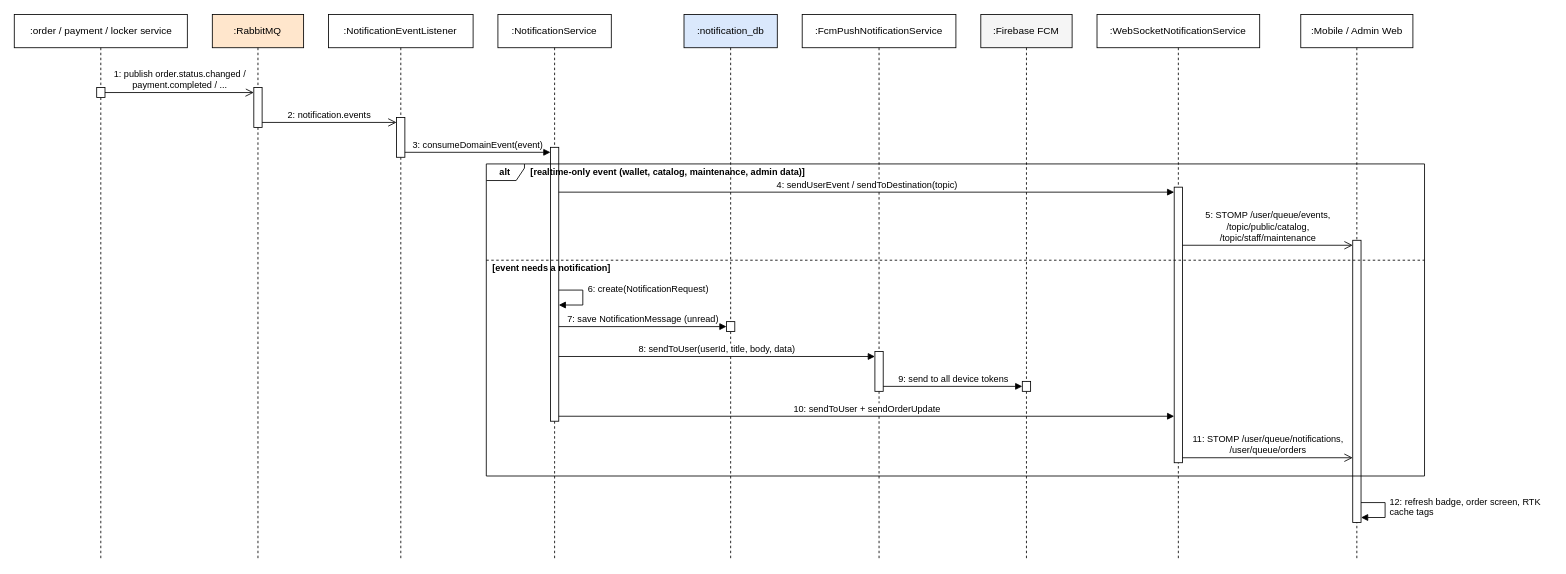
Above: rp4/sdd-assets/drawio/seq_notify_1.drawio in LockR-Tech/docs (draw.io), before the change. Source tidied: cells renumbered, new cells numbered last; positions are measured from the earlier drawing's top-left corner, leaving out a move shared by most shapes. Both pictures are drawn from the tidied source at 83%, with x=0, y=0 at pixel (14, 14).
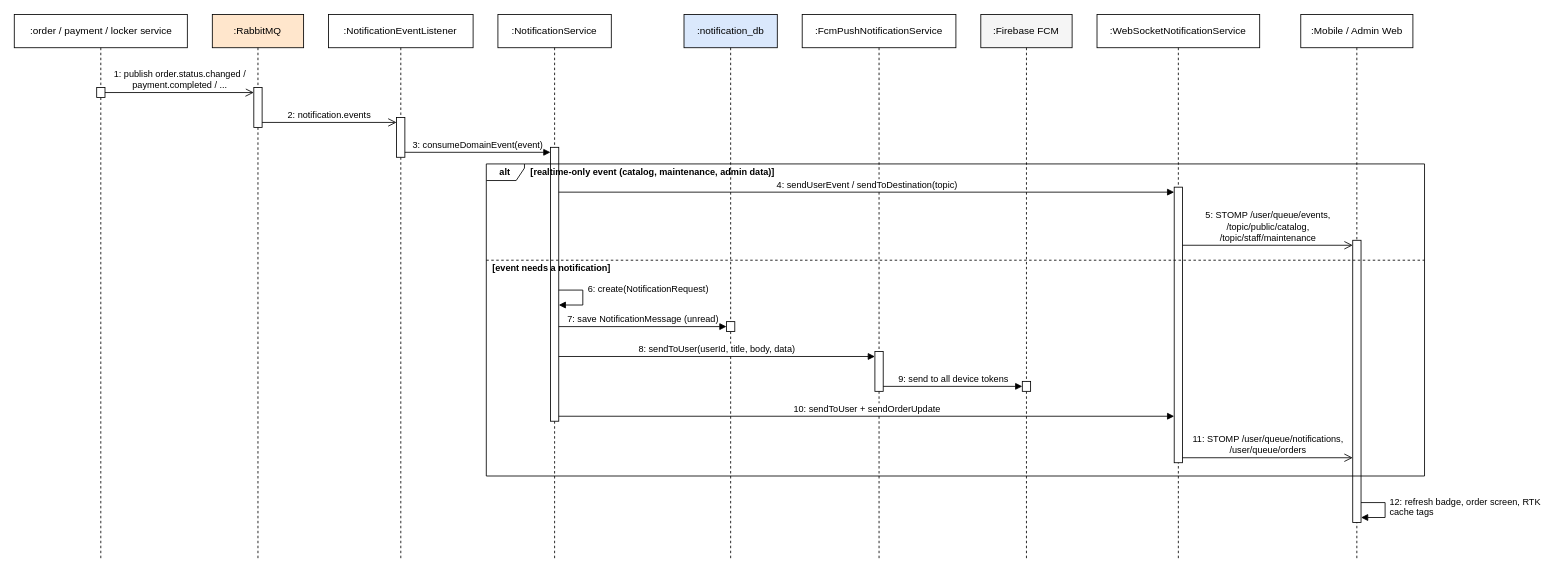
The same page after the edit.

Change to the diagram source:
```diff
@@
-    <mxCell id="21" value="[realtime-only event (wallet, catalog, maintenance, admin data)]" style="text;html=1;align=left;verticalAlign=middle;fontStyle=1;fontSize=11;" parent="1" vertex="1">
-      <mxGeometry x="620.4" y="180" width="356.3" height="20" as="geometry" />
+    <mxCell id="21" value="[realtime-only event (catalog, maintenance, admin data)]" style="text;html=1;align=left;verticalAlign=middle;fontStyle=1;fontSize=11;" parent="1" vertex="1">
+      <mxGeometry x="620.4" y="180" width="315.1" height="20" as="geometry" />
     </mxCell>
```
